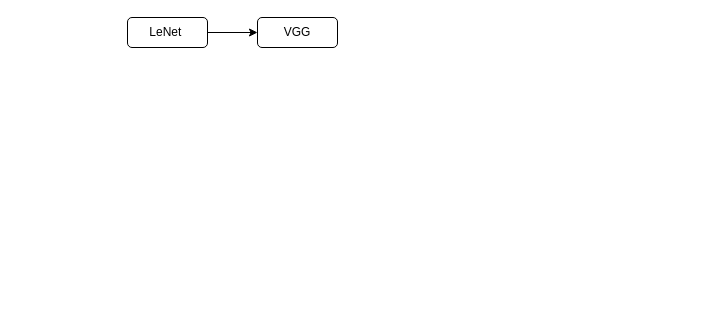
Before: page "CNN Bkbone" (1 of 4) of Multi-view.drawio in Pengyang233/PlotInDrawio, a draw.io diagram. Source tidied: cells renumbered, new cells numbered last; positions are measured from the earlier drawing's top-left corner, leaving out a move shared by most shapes. Both pictures are drawn from the tidied source at 100%, with x=0, y=0 at pixel (127, 17).
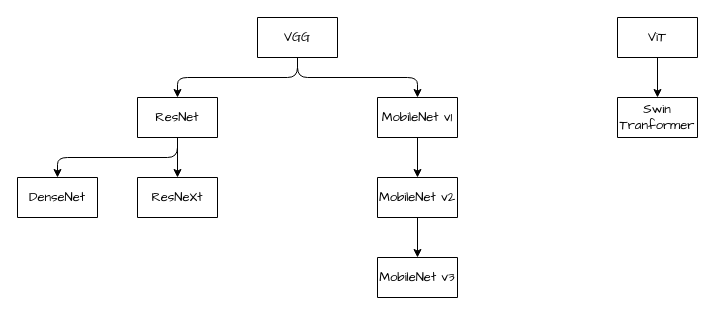
After the change.

Change to the diagram source:
```diff
@@
 <mxGraphModel>
   <root>
     <mxCell id="0" />
     <mxCell id="1" parent="0" />
-    <mxCell id="2" style="edgeStyle=orthogonalEdgeStyle;rounded=0;jettySize=auto;html=1;" parent="1" edge="1" source="3" target="4">
-      <mxGeometry relative="1" as="geometry" />
-    </mxCell>
-    <mxCell id="3" value="LeNet&amp;nbsp;" style="rounded=1;whiteSpace=wrap;html=1;" parent="1" vertex="1">
-      <mxGeometry width="80" height="30" as="geometry" />
-    </mxCell>
+    <mxCell id="5" style="edgeStyle=orthogonalEdgeStyle;rounded=1;jettySize=auto;html=1;fontFamily=Comic Sans MS;fontSize=15;" parent="1" edge="1" source="7" target="8">
+      <mxGeometry relative="1" as="geometry" />
+    </mxCell>
+    <mxCell id="6" style="edgeStyle=orthogonalEdgeStyle;rounded=1;jettySize=auto;html=1;fontFamily=Comic Sans MS;fontSize=15;exitX=0.5;exitY=1;exitDx=0;exitDy=0;" parent="1" edge="1" source="7" target="9">
+      <mxGeometry relative="1" as="geometry" />
+    </mxCell>
+    <mxCell id="7" value="ResNet" style="swimlane;fontStyle=0;horizontal=1;startSize=40;labelBackgroundColor=none;fontFamily=Comic Sans MS;fontSize=13;strokeColor=default;html=0;whiteSpace=wrap;rounded=0;gradientColor=none;swimlaneFillColor=none;shadow=0;sketch=0;glass=0;swimlaneLine=1;verticalAlign=middle;" parent="1" vertex="1" collapsed="1">
+      <mxGeometry x="10" y="80" width="80" height="40" as="geometry" />
+    </mxCell>
+    <mxCell id="8" value="ResNeXt" style="swimlane;fontStyle=0;horizontal=1;startSize=40;labelBackgroundColor=none;fontFamily=Comic Sans MS;fontSize=13;strokeColor=default;html=0;whiteSpace=wrap;rounded=0;gradientColor=none;swimlaneFillColor=none;shadow=0;sketch=0;glass=0;swimlaneLine=1;verticalAlign=middle;" parent="1" vertex="1" collapsed="1">
+      <mxGeometry x="10" y="160" width="80" height="40" as="geometry" />
+    </mxCell>
+    <mxCell id="9" value="DenseNet" style="swimlane;fontStyle=0;horizontal=1;startSize=40;labelBackgroundColor=none;fontFamily=Comic Sans MS;fontSize=13;strokeColor=default;html=0;whiteSpace=wrap;rounded=0;gradientColor=none;swimlaneFillColor=none;shadow=0;sketch=0;glass=0;swimlaneLine=1;verticalAlign=middle;" parent="1" vertex="1" collapsed="1">
+      <mxGeometry x="-110" y="160" width="80" height="40" as="geometry" />
+    </mxCell>
+    <mxCell id="10" style="edgeStyle=orthogonalEdgeStyle;rounded=1;jettySize=auto;html=1;entryX=0.5;entryY=0;entryDx=0;entryDy=0;fontFamily=Comic Sans MS;fontSize=15;exitX=0.5;exitY=1;exitDx=0;exitDy=0;" parent="1" edge="1" source="4" target="7">
+      <mxGeometry relative="1" as="geometry" />
+    </mxCell>
+    <mxCell id="11" style="edgeStyle=orthogonalEdgeStyle;rounded=1;jettySize=auto;html=1;fontFamily=Comic Sans MS;fontSize=15;exitX=0.5;exitY=1;exitDx=0;exitDy=0;" parent="1" edge="1" source="4" target="13">
+      <mxGeometry relative="1" as="geometry" />
+    </mxCell>
-    <mxCell id="4" value="VGG" style="whiteSpace=wrap;html=1;rounded=1;" parent="1" vertex="1">
-      <mxGeometry x="130" width="80" height="30" as="geometry" />
+    <mxCell id="4" value="VGG" style="swimlane;fontStyle=0;horizontal=1;startSize=40;labelBackgroundColor=none;fontFamily=Comic Sans MS;fontSize=13;strokeColor=default;html=0;whiteSpace=wrap;rounded=0;gradientColor=none;swimlaneFillColor=none;shadow=0;sketch=0;glass=0;swimlaneLine=1;verticalAlign=middle;" parent="1" vertex="1" collapsed="1">
+      <mxGeometry x="130" width="80" height="40" as="geometry" />
     </mxCell>
+    <mxCell id="12" style="edgeStyle=orthogonalEdgeStyle;rounded=1;jettySize=auto;html=1;fontFamily=Comic Sans MS;fontSize=15;" parent="1" edge="1" source="13" target="15">
+      <mxGeometry relative="1" as="geometry" />
+    </mxCell>
+    <mxCell id="13" value="MobileNet v1" style="swimlane;fontStyle=0;horizontal=1;startSize=40;labelBackgroundColor=none;fontFamily=Comic Sans MS;fontSize=13;strokeColor=default;html=0;whiteSpace=wrap;rounded=0;gradientColor=none;swimlaneFillColor=none;shadow=0;sketch=0;glass=0;swimlaneLine=1;verticalAlign=middle;" parent="1" vertex="1" collapsed="1">
+      <mxGeometry x="250" y="80" width="80" height="40" as="geometry" />
+    </mxCell>
+    <mxCell id="14" style="edgeStyle=orthogonalEdgeStyle;rounded=1;jettySize=auto;html=1;fontFamily=Comic Sans MS;fontSize=15;" parent="1" edge="1" source="15" target="16">
+      <mxGeometry relative="1" as="geometry" />
+    </mxCell>
+    <mxCell id="15" value="MobileNet v2" style="swimlane;fontStyle=0;horizontal=1;startSize=40;labelBackgroundColor=none;fontFamily=Comic Sans MS;fontSize=13;strokeColor=default;html=0;whiteSpace=wrap;rounded=0;gradientColor=none;swimlaneFillColor=none;shadow=0;sketch=0;glass=0;swimlaneLine=1;verticalAlign=middle;" parent="1" vertex="1" collapsed="1">
+      <mxGeometry x="250" y="160" width="80" height="40" as="geometry" />
+    </mxCell>
+    <mxCell id="16" value="MobileNet v3" style="swimlane;fontStyle=0;horizontal=1;startSize=40;labelBackgroundColor=none;fontFamily=Comic Sans MS;fontSize=13;strokeColor=default;html=0;whiteSpace=wrap;rounded=0;gradientColor=none;swimlaneFillColor=none;shadow=0;sketch=0;glass=0;swimlaneLine=1;verticalAlign=middle;" parent="1" vertex="1" collapsed="1">
+      <mxGeometry x="250" y="240" width="80" height="40" as="geometry" />
+    </mxCell>
+    <mxCell id="17" style="edgeStyle=orthogonalEdgeStyle;rounded=1;jettySize=auto;html=1;fontFamily=Comic Sans MS;fontSize=15;" parent="1" edge="1" source="18" target="19">
+      <mxGeometry relative="1" as="geometry" />
+    </mxCell>
+    <mxCell id="18" value="ViT" style="swimlane;fontStyle=0;horizontal=1;startSize=40;labelBackgroundColor=none;fontFamily=Comic Sans MS;fontSize=13;strokeColor=default;html=0;whiteSpace=wrap;rounded=0;gradientColor=none;swimlaneFillColor=none;shadow=0;sketch=0;glass=0;swimlaneLine=1;verticalAlign=middle;" parent="1" vertex="1" collapsed="1">
+      <mxGeometry x="490" width="80" height="40" as="geometry" />
+    </mxCell>
+    <mxCell id="19" value="Swin Tranformer" style="swimlane;fontStyle=0;horizontal=1;startSize=40;labelBackgroundColor=none;fontFamily=Comic Sans MS;fontSize=13;strokeColor=default;html=0;whiteSpace=wrap;rounded=0;gradientColor=none;swimlaneFillColor=none;shadow=0;sketch=0;glass=0;swimlaneLine=1;verticalAlign=middle;" parent="1" vertex="1" collapsed="1">
+      <mxGeometry x="490" y="80" width="80" height="40" as="geometry" />
+    </mxCell>
   </root>
 </mxGraphModel>
```
